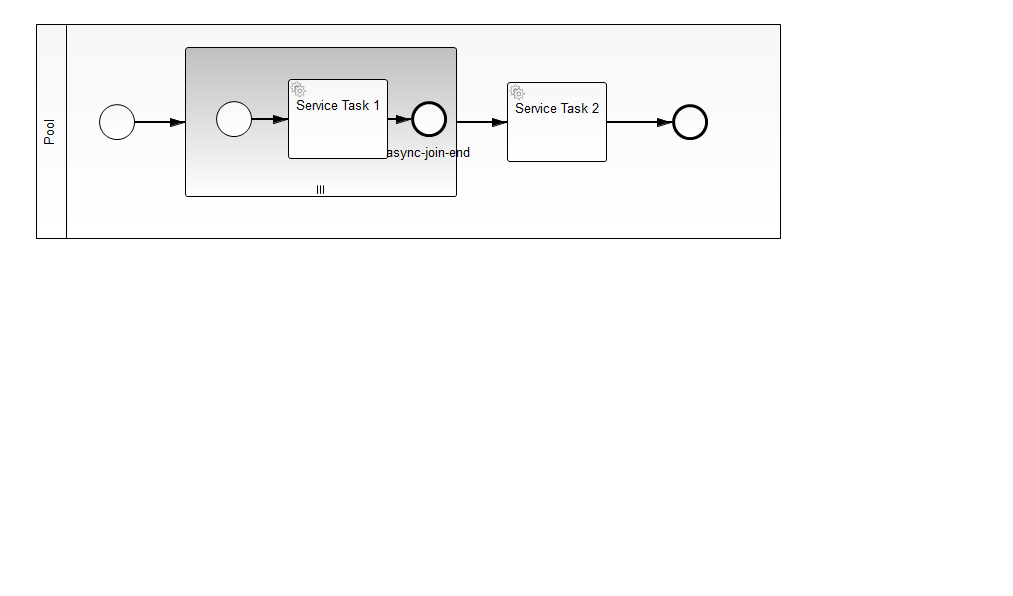
Earlier version of the BPMN export snippets/async-joins/src/main/resources/multiInstanceProcess.png (camunda-consulting/camunda-7-code-examples). Its source is kept beside it as snippets/async-joins/src/main/resources/multiInstanceProcess.bpmn. Ids are renumbered. Its diagram source:
```xml
<bpmn2:definitions xmlns:xsi="http://www.w3.org/2001/XMLSchema-instance" xmlns:bpmn2="http://www.omg.org/spec/BPMN/20100524/MODEL" xmlns:bpmndi="http://www.omg.org/spec/BPMN/20100524/DI" xmlns:camunda="http://activiti.org/bpmn" xmlns:dc="http://www.omg.org/spec/DD/20100524/DC" xmlns:di="http://www.omg.org/spec/DD/20100524/DI" xsi:schemaLocation="http://www.omg.org/spec/BPMN/20100524/MODEL BPMN20.xsd" id="_0t8ncD2cEeSdldmEgY8GJQ" exporter="camunda modeler" exporterVersion="2.6.0" targetNamespace="http://activiti.org/bpmn">
  <bpmn2:collaboration id="_Collaboration_2">
    <bpmn2:participant id="_Participant_2" name="Pool" processRef="multi-instance"/>
  </bpmn2:collaboration>
  <bpmn2:process id="multi-instance" name="Multi Instance" isExecutable="true">
    <bpmn2:startEvent id="StartEvent_1">
      <bpmn2:outgoing>SequenceFlow_1</bpmn2:outgoing>
    </bpmn2:startEvent>
    <bpmn2:subProcess id="SubProcess_1">
      <bpmn2:incoming>SequenceFlow_1</bpmn2:incoming>
      <bpmn2:outgoing>SequenceFlow_5</bpmn2:outgoing>
      <bpmn2:multiInstanceLoopCharacteristics>
        <bpmn2:loopCardinality xsi:type="bpmn2:tFormalExpression">2</bpmn2:loopCardinality>
      </bpmn2:multiInstanceLoopCharacteristics>
      <bpmn2:startEvent id="StartEvent_2">
        <bpmn2:outgoing>SequenceFlow_3</bpmn2:outgoing>
      </bpmn2:startEvent>
      <bpmn2:sequenceFlow id="SequenceFlow_3" name="" sourceRef="StartEvent_2" targetRef="ServiceTask_1"/>
      <bpmn2:endEvent id="EndEvent_2" name="async-join-end">
        <bpmn2:incoming>SequenceFlow_4</bpmn2:incoming>
      </bpmn2:endEvent>
      <bpmn2:serviceTask id="ServiceTask_1" camunda:class="com.camunda.consulting.asyncJoins.LoggerDelegate" name="Service Task 1">
        <bpmn2:incoming>SequenceFlow_3</bpmn2:incoming>
        <bpmn2:outgoing>SequenceFlow_4</bpmn2:outgoing>
      </bpmn2:serviceTask>
      <bpmn2:sequenceFlow id="SequenceFlow_4" name="" sourceRef="ServiceTask_1" targetRef="EndEvent_2"/>
    </bpmn2:subProcess>
    <bpmn2:sequenceFlow id="SequenceFlow_1" name="" sourceRef="StartEvent_1" targetRef="SubProcess_1"/>
    <bpmn2:endEvent id="EndEvent_1">
      <bpmn2:incoming>SequenceFlow_6</bpmn2:incoming>
    </bpmn2:endEvent>
    <bpmn2:serviceTask id="ServiceTask_2" camunda:class="com.camunda.consulting.asyncJoins.LoggerDelegate" name="Service Task 2">
      <bpmn2:incoming>SequenceFlow_5</bpmn2:incoming>
      <bpmn2:outgoing>SequenceFlow_6</bpmn2:outgoing>
    </bpmn2:serviceTask>
    <bpmn2:sequenceFlow id="SequenceFlow_5" name="" sourceRef="SubProcess_1" targetRef="ServiceTask_2"/>
    <bpmn2:sequenceFlow id="SequenceFlow_6" name="" sourceRef="ServiceTask_2" targetRef="EndEvent_1"/>
  </bpmn2:process>
  <bpmndi:BPMNDiagram id="BPMNDiagram_1">
    <bpmndi:BPMNPlane id="BPMNPlane_1" bpmnElement="_Collaboration_2">
      <bpmndi:BPMNShape id="_BPMNShape_Participant_2" bpmnElement="_Participant_2" isHorizontal="true">
        <dc:Bounds height="215.0" width="745.0" x="36.0" y="24.0"/>
      </bpmndi:BPMNShape>
      <bpmndi:BPMNShape id="_BPMNShape_StartEvent_2" bpmnElement="StartEvent_1">
        <dc:Bounds height="36.0" width="36.0" x="99.0" y="104.0"/>
        <bpmndi:BPMNLabel>
          <dc:Bounds height="0.0" width="0.0" x="117.0" y="145.0"/>
        </bpmndi:BPMNLabel>
      </bpmndi:BPMNShape>
      <bpmndi:BPMNShape id="_BPMNShape_SubProcess_2" bpmnElement="SubProcess_1" isExpanded="true">
        <dc:Bounds height="150.0" width="272.0" x="185.0" y="47.0"/>
      </bpmndi:BPMNShape>
      <bpmndi:BPMNEdge id="BPMNEdge_SequenceFlow_1" bpmnElement="SequenceFlow_1" sourceElement="_BPMNShape_StartEvent_2" targetElement="_BPMNShape_SubProcess_2">
        <di:waypoint xsi:type="dc:Point" x="135.0" y="122.0"/>
        <di:waypoint xsi:type="dc:Point" x="185.0" y="122.0"/>
        <bpmndi:BPMNLabel>
          <dc:Bounds height="6.0" width="6.0" x="157.0" y="122.0"/>
        </bpmndi:BPMNLabel>
      </bpmndi:BPMNEdge>
      <bpmndi:BPMNShape id="_BPMNShape_EndEvent_2" bpmnElement="EndEvent_1">
        <dc:Bounds height="36.0" width="36.0" x="672.0" y="104.0"/>
        <bpmndi:BPMNLabel>
          <dc:Bounds height="0.0" width="0.0" x="690.0" y="145.0"/>
        </bpmndi:BPMNLabel>
      </bpmndi:BPMNShape>
      <bpmndi:BPMNShape id="_BPMNShape_StartEvent_3" bpmnElement="StartEvent_2">
        <dc:Bounds height="36.0" width="36.0" x="216.0" y="101.0"/>
        <bpmndi:BPMNLabel>
          <dc:Bounds height="0.0" width="0.0" x="234.0" y="142.0"/>
        </bpmndi:BPMNLabel>
      </bpmndi:BPMNShape>
      <bpmndi:BPMNShape id="_BPMNShape_ServiceTask_4" bpmnElement="ServiceTask_1">
        <dc:Bounds height="80.0" width="100.0" x="288.0" y="79.0"/>
      </bpmndi:BPMNShape>
      <bpmndi:BPMNEdge id="BPMNEdge_SequenceFlow_3" bpmnElement="SequenceFlow_3" sourceElement="_BPMNShape_StartEvent_3" targetElement="_BPMNShape_ServiceTask_4">
        <di:waypoint xsi:type="dc:Point" x="252.0" y="119.0"/>
        <di:waypoint xsi:type="dc:Point" x="288.0" y="119.0"/>
        <bpmndi:BPMNLabel>
          <dc:Bounds height="6.0" width="6.0" x="274.0" y="119.0"/>
        </bpmndi:BPMNLabel>
      </bpmndi:BPMNEdge>
      <bpmndi:BPMNShape id="_BPMNShape_EndEvent_3" bpmnElement="EndEvent_2">
        <dc:Bounds height="36.0" width="36.0" x="411.0" y="101.0"/>
        <bpmndi:BPMNLabel>
          <dc:Bounds height="22.0" width="90.0" x="384.0" y="142.0"/>
        </bpmndi:BPMNLabel>
      </bpmndi:BPMNShape>
      <bpmndi:BPMNEdge id="BPMNEdge_SequenceFlow_4" bpmnElement="SequenceFlow_4" sourceElement="_BPMNShape_ServiceTask_4" targetElement="_BPMNShape_EndEvent_3">
        <di:waypoint xsi:type="dc:Point" x="388.0" y="119.0"/>
        <di:waypoint xsi:type="dc:Point" x="411.0" y="119.0"/>
        <bpmndi:BPMNLabel>
          <dc:Bounds height="6.0" width="6.0" x="390.0" y="119.0"/>
        </bpmndi:BPMNLabel>
      </bpmndi:BPMNEdge>
      <bpmndi:BPMNShape id="_BPMNShape_ServiceTask_5" bpmnElement="ServiceTask_2">
        <dc:Bounds height="80.0" width="100.0" x="507.0" y="82.0"/>
      </bpmndi:BPMNShape>
      <bpmndi:BPMNEdge id="BPMNEdge_SequenceFlow_5" bpmnElement="SequenceFlow_5" sourceElement="_BPMNShape_SubProcess_2" targetElement="_BPMNShape_ServiceTask_5">
        <di:waypoint xsi:type="dc:Point" x="457.0" y="122.0"/>
        <di:waypoint xsi:type="dc:Point" x="507.0" y="122.0"/>
      </bpmndi:BPMNEdge>
      <bpmndi:BPMNEdge id="BPMNEdge_SequenceFlow_6" bpmnElement="SequenceFlow_6" sourceElement="_BPMNShape_ServiceTask_5" targetElement="_BPMNShape_EndEvent_2">
        <di:waypoint xsi:type="dc:Point" x="607.0" y="122.0"/>
        <di:waypoint xsi:type="dc:Point" x="672.0" y="122.0"/>
      </bpmndi:BPMNEdge>
    </bpmndi:BPMNPlane>
  </bpmndi:BPMNDiagram>
</bpmn2:definitions>
```
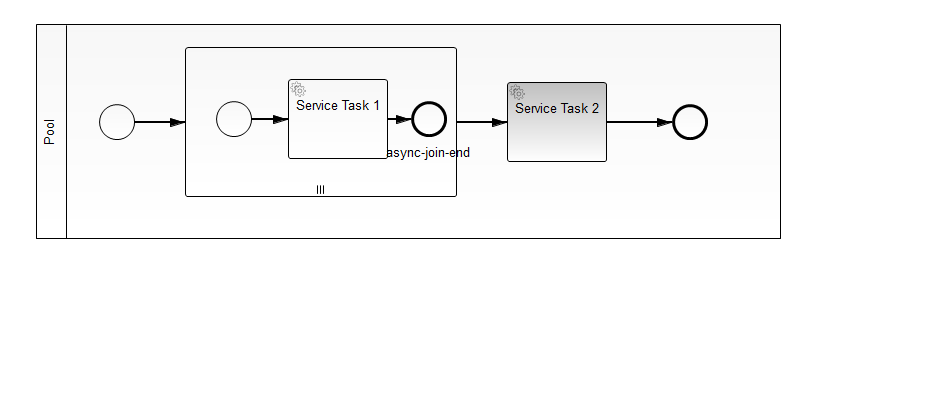
The same diagram one commit later.

Diff of the diagram source:
```diff
@@ -29,7 +29,7 @@
     <bpmn2:endEvent id="EndEvent_1">
       <bpmn2:incoming>SequenceFlow_6</bpmn2:incoming>
     </bpmn2:endEvent>
-    <bpmn2:serviceTask id="ServiceTask_2" camunda:class="com.camunda.consulting.asyncJoins.LoggerDelegate" name="Service Task 2">
+    <bpmn2:serviceTask id="ServiceTask_2" camunda:class="com.camunda.consulting.asyncJoins.RepairableDelegate" name="Service Task 2">
       <bpmn2:incoming>SequenceFlow_5</bpmn2:incoming>
       <bpmn2:outgoing>SequenceFlow_6</bpmn2:outgoing>
     </bpmn2:serviceTask>
```
